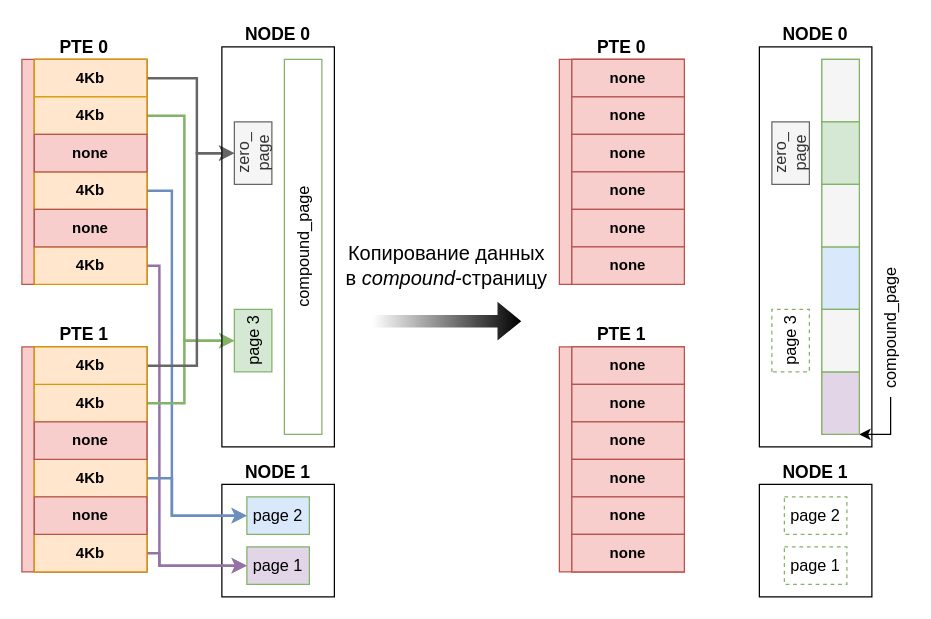
Before: images/collapse_2.drawio in GadeevDmitry/Bachelor-diploma, a draw.io diagram. Source tidied: cells renumbered, new cells numbered last; positions are measured from the earlier drawing's top-left corner, leaving out a move shared by most shapes. Both pictures are drawn from the tidied source at 125%, with x=0, y=0 at pixel (21, 21).
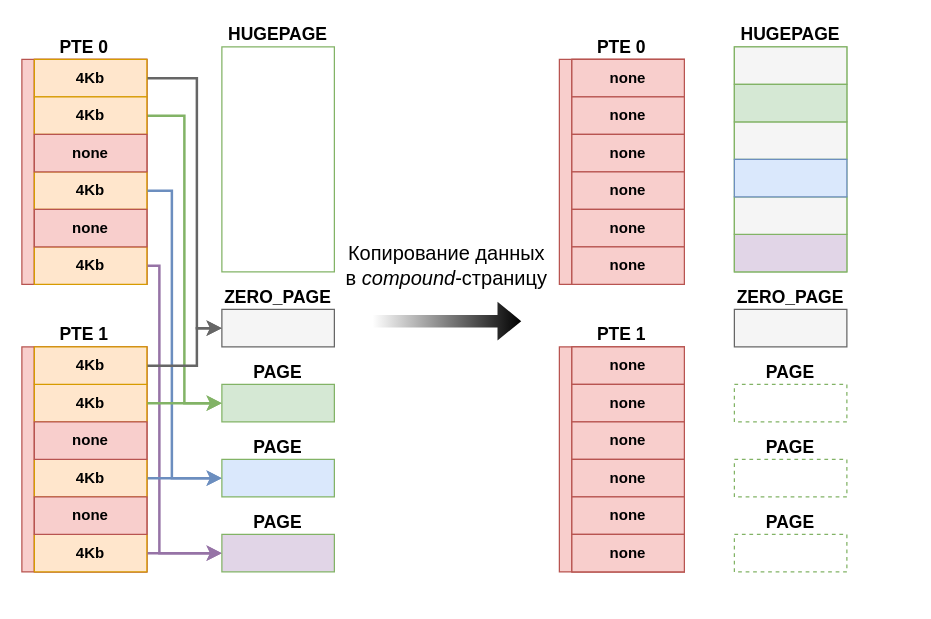
The same diagram, later.

Unchanged cells that the change refers to:
```xml
<mxCell id="24" style="swimlane;horizontal=0;whiteSpace=wrap;html=1;startSize=10;fillColor=#f8cecc;strokeColor=#b85450;" parent="1" vertex="1">
  <mxGeometry y="30" width="100" height="180" as="geometry" />
</mxCell>
<mxCell id="27" value="&lt;b&gt;4Kb&lt;/b&gt;" style="rounded=0;whiteSpace=wrap;html=1;fillColor=#ffe6cc;strokeColor=#d79b00;" parent="1" vertex="1">
  <mxGeometry x="10" y="180" width="90" height="30" as="geometry" />
</mxCell>
<mxCell id="28" value="&lt;b&gt;4Kb&lt;/b&gt;" style="rounded=0;whiteSpace=wrap;html=1;fillColor=#ffe6cc;strokeColor=#d79b00;" parent="1" vertex="1">
  <mxGeometry x="10" y="120" width="90" height="30" as="geometry" />
</mxCell>
<mxCell id="29" value="&lt;b&gt;4Kb&lt;/b&gt;" style="rounded=0;whiteSpace=wrap;html=1;fillColor=#ffe6cc;strokeColor=#d79b00;" parent="1" vertex="1">
  <mxGeometry x="10" y="30" width="90" height="30" as="geometry" />
</mxCell>
<mxCell id="36" value="&lt;b&gt;4Kb&lt;/b&gt;" style="rounded=0;whiteSpace=wrap;html=1;fillColor=#ffe6cc;strokeColor=#d79b00;" parent="1" vertex="1">
  <mxGeometry x="10" y="410" width="90" height="30" as="geometry" />
</mxCell>
<mxCell id="37" value="&lt;b&gt;4Kb&lt;/b&gt;" style="rounded=0;whiteSpace=wrap;html=1;fillColor=#ffe6cc;strokeColor=#d79b00;" parent="1" vertex="1">
  <mxGeometry x="10" y="350" width="90" height="30" as="geometry" />
</mxCell>
<mxCell id="38" value="&lt;b&gt;4Kb&lt;/b&gt;" style="rounded=0;whiteSpace=wrap;html=1;fillColor=#ffe6cc;strokeColor=#d79b00;" parent="1" vertex="1">
  <mxGeometry x="10" y="290" width="90" height="30" as="geometry" />
</mxCell>
<mxCell id="39" value="&lt;b&gt;4Kb&lt;/b&gt;" style="rounded=0;whiteSpace=wrap;html=1;fillColor=#ffe6cc;strokeColor=#d79b00;" parent="1" vertex="1">
  <mxGeometry x="10" y="260" width="90" height="30" as="geometry" />
</mxCell>
```

Change to the diagram source:
```diff
@@
-    <mxCell id="3" value="&lt;b&gt;&lt;font style=&quot;font-size: 14px;&quot;&gt;NODE 0&lt;/font&gt;&lt;/b&gt;" style="text;html=1;whiteSpace=wrap;strokeColor=none;fillColor=none;align=center;verticalAlign=middle;rounded=0;" parent="1" vertex="1">
-      <mxGeometry x="160" width="90" height="20" as="geometry" />
-    </mxCell>
-    <mxCell id="4" style="rounded=0;whiteSpace=wrap;html=1;fillColor=none;" parent="1" vertex="1">
-      <mxGeometry x="160" y="370" width="90" height="90" as="geometry" />
-    </mxCell>
-    <mxCell id="5" value="&lt;b&gt;&lt;font style=&quot;font-size: 14px;&quot;&gt;NODE 1&lt;/font&gt;&lt;/b&gt;" style="text;html=1;whiteSpace=wrap;strokeColor=none;fillColor=none;align=center;verticalAlign=middle;rounded=0;" parent="1" vertex="1">
-      <mxGeometry x="160" y="350" width="90" height="20" as="geometry" />
-    </mxCell>
-    <mxCell id="6" value="&lt;font style=&quot;font-size: 13px;&quot;&gt;page 2&lt;/font&gt;" style="rounded=0;whiteSpace=wrap;html=1;fillColor=light-dark(#dae8fc, #1f2f1e);strokeColor=#82b366;" parent="1" vertex="1">
-      <mxGeometry x="180" y="380" width="50" height="30" as="geometry" />
-    </mxCell>
-    <mxCell id="7" value="&lt;font style=&quot;font-size: 13px;&quot;&gt;page 1&lt;/font&gt;" style="rounded=0;whiteSpace=wrap;html=1;fillColor=light-dark(#e1d5e7, #1f2f1e);strokeColor=#82b366;" parent="1" vertex="1">
-      <mxGeometry x="180" y="420" width="50" height="30" as="geometry" />
-    </mxCell>
-    <mxCell id="8" style="edgeStyle=orthogonalEdgeStyle;rounded=0;jettySize=auto;html=1;exitX=1;exitY=0.5;exitDx=0;exitDy=0;entryX=0;entryY=0.5;entryDx=0;entryDy=0;fillColor=#e1d5e7;strokeColor=#9673a6;strokeWidth=2;" parent="1" edge="1" source="36" target="7">
-      <mxGeometry relative="1" as="geometry">
-        <Array as="points">
-          <mxPoint x="110" y="425" />
-          <mxPoint x="110" y="435" />
-        </Array>
-      </mxGeometry>
-    </mxCell>
-    <mxCell id="9" style="edgeStyle=orthogonalEdgeStyle;rounded=0;jettySize=auto;html=1;exitX=1;exitY=0.5;exitDx=0;exitDy=0;entryX=0;entryY=0.5;entryDx=0;entryDy=0;strokeWidth=2;fillColor=#e1d5e7;strokeColor=#9673a6;" parent="1" edge="1" source="27" target="7">
-      <mxGeometry relative="1" as="geometry">
-        <Array as="points">
-          <mxPoint x="110" y="195" />
-          <mxPoint x="110" y="435" />
-        </Array>
-      </mxGeometry>
-    </mxCell>
-    <mxCell id="10" style="edgeStyle=orthogonalEdgeStyle;rounded=0;jettySize=auto;html=1;exitX=1;exitY=0.5;exitDx=0;exitDy=0;entryX=0;entryY=0.5;entryDx=0;entryDy=0;fillColor=#dae8fc;strokeColor=#6c8ebf;strokeWidth=2;" parent="1" edge="1" source="37" target="6">
-      <mxGeometry relative="1" as="geometry">
-        <Array as="points">
-          <mxPoint x="120" y="365" />
-          <mxPoint x="120" y="395" />
-        </Array>
-      </mxGeometry>
-    </mxCell>
-    <mxCell id="11" style="edgeStyle=orthogonalEdgeStyle;rounded=0;jettySize=auto;html=1;exitX=1;exitY=0.5;exitDx=0;exitDy=0;entryX=0;entryY=0.5;entryDx=0;entryDy=0;fillColor=#dae8fc;strokeColor=#6c8ebf;strokeWidth=2;" parent="1" edge="1" source="28" target="6">
-      <mxGeometry relative="1" as="geometry">
-        <Array as="points">
-          <mxPoint x="120" y="135" />
-          <mxPoint x="120" y="395" />
-        </Array>
-      </mxGeometry>
-    </mxCell>
-    <mxCell id="12" style="edgeStyle=orthogonalEdgeStyle;rounded=0;jettySize=auto;html=1;exitX=1;exitY=0.5;exitDx=0;exitDy=0;entryX=0.5;entryY=0;entryDx=0;entryDy=0;fillColor=#d5e8d4;strokeColor=#82b366;strokeWidth=2;" parent="1" edge="1" source="38" target="62">
-      <mxGeometry relative="1" as="geometry">
-        <Array as="points">
-          <mxPoint x="130" y="305" />
-          <mxPoint x="130" y="255" />
-        </Array>
-      </mxGeometry>
-    </mxCell>
-    <mxCell id="13" style="edgeStyle=orthogonalEdgeStyle;rounded=0;jettySize=auto;html=1;exitX=1;exitY=0.25;exitDx=0;exitDy=0;entryX=0.5;entryY=0;entryDx=0;entryDy=0;fillColor=#d5e8d4;strokeColor=#82b366;strokeWidth=2;" parent="1" edge="1" source="24" target="62">
-      <mxGeometry relative="1" as="geometry">
-        <Array as="points">
-          <mxPoint x="130" y="75" />
-          <mxPoint x="130" y="255" />
-        </Array>
-      </mxGeometry>
-    </mxCell>
-    <mxCell id="14" style="edgeStyle=orthogonalEdgeStyle;rounded=0;jettySize=auto;html=1;exitX=1;exitY=0.5;exitDx=0;exitDy=0;entryX=0.5;entryY=0;entryDx=0;entryDy=0;fillColor=#f5f5f5;strokeColor=#666666;strokeWidth=2;" parent="1" edge="1" source="29" target="63">
-      <mxGeometry relative="1" as="geometry">
-        <Array as="points">
-          <mxPoint x="140" y="45" />
-          <mxPoint x="140" y="105" />
-        </Array>
-      </mxGeometry>
-    </mxCell>
-    <mxCell id="15" style="edgeStyle=orthogonalEdgeStyle;rounded=0;jettySize=auto;html=1;exitX=1;exitY=0.5;exitDx=0;exitDy=0;entryX=0.5;entryY=0;entryDx=0;entryDy=0;strokeWidth=2;fillColor=#f5f5f5;strokeColor=#666666;" parent="1" edge="1" source="39" target="63">
-      <mxGeometry relative="1" as="geometry">
-        <Array as="points">
-          <mxPoint x="140" y="275" />
-          <mxPoint x="140" y="105" />
-        </Array>
-      </mxGeometry>
-    </mxCell>
-    <mxCell id="16" value="&lt;b&gt;&lt;font style=&quot;font-size: 14px;&quot;&gt;NODE 0&lt;/font&gt;&lt;/b&gt;" style="text;html=1;whiteSpace=wrap;strokeColor=none;fillColor=none;align=center;verticalAlign=middle;rounded=0;" parent="1" vertex="1">
-      <mxGeometry x="590" width="90" height="20" as="geometry" />
-    </mxCell>
-    <mxCell id="17" style="rounded=0;whiteSpace=wrap;html=1;fillColor=none;" parent="1" vertex="1">
-      <mxGeometry x="590" y="370" width="90" height="90" as="geometry" />
-    </mxCell>
-    <mxCell id="18" value="&lt;b&gt;&lt;font style=&quot;font-size: 14px;&quot;&gt;NODE 1&lt;/font&gt;&lt;/b&gt;" style="text;html=1;whiteSpace=wrap;strokeColor=none;fillColor=none;align=center;verticalAlign=middle;rounded=0;" parent="1" vertex="1">
-      <mxGeometry x="590" y="350" width="90" height="20" as="geometry" />
-    </mxCell>
-    <mxCell id="19" value="&lt;font style=&quot;font-size: 13px;&quot;&gt;page 2&lt;/font&gt;" style="rounded=0;whiteSpace=wrap;html=1;fillColor=none;strokeColor=#82b366;dashed=1;" parent="1" vertex="1">
-      <mxGeometry x="610" y="380" width="50" height="30" as="geometry" />
-    </mxCell>
-    <mxCell id="20" value="&lt;font style=&quot;font-size: 13px;&quot;&gt;page 1&lt;/font&gt;" style="rounded=0;whiteSpace=wrap;html=1;fillColor=none;strokeColor=#82b366;dashed=1;" parent="1" vertex="1">
-      <mxGeometry x="610" y="420" width="50" height="30" as="geometry" />
-    </mxCell>
-    <mxCell id="21" style="edgeStyle=orthogonalEdgeStyle;rounded=0;jettySize=auto;html=1;exitX=0;exitY=0.5;exitDx=0;exitDy=0;entryX=0;entryY=1;entryDx=0;entryDy=0;" parent="1" edge="1" source="22" target="68">
-      <mxGeometry relative="1" as="geometry">
-        <Array as="points">
-          <mxPoint x="695" y="330" />
-        </Array>
-      </mxGeometry>
-    </mxCell>
-    <mxCell id="22" value="&lt;font style=&quot;font-size: 13px;&quot;&gt;compound_page&lt;/font&gt;" style="text;html=1;whiteSpace=wrap;strokeColor=none;fillColor=none;align=center;verticalAlign=middle;rounded=0;rotation=-90;" parent="1" vertex="1">
-      <mxGeometry x="640" y="230" width="110" height="30" as="geometry" />
-    </mxCell>
@@
+    <mxCell id="74" style="edgeStyle=orthogonalEdgeStyle;rounded=0;jettySize=auto;html=1;exitX=1;exitY=0.25;exitDx=0;exitDy=0;entryX=0;entryY=0.5;entryDx=0;entryDy=0;strokeWidth=2;fillColor=#d5e8d4;strokeColor=#82b366;" parent="1" edge="1" source="24" target="95">
+      <mxGeometry relative="1" as="geometry" />
+    </mxCell>
@@
+    <mxCell id="75" style="edgeStyle=orthogonalEdgeStyle;rounded=0;jettySize=auto;html=1;exitX=1;exitY=0.5;exitDx=0;exitDy=0;entryX=0;entryY=0.5;entryDx=0;entryDy=0;strokeWidth=2;fillColor=#e1d5e7;strokeColor=#9673a6;" parent="1" edge="1" source="27" target="83">
+      <mxGeometry relative="1" as="geometry">
+        <Array as="points">
+          <mxPoint x="110" y="195" />
+          <mxPoint x="110" y="425" />
+        </Array>
+      </mxGeometry>
+    </mxCell>
@@
+    <mxCell id="76" style="edgeStyle=orthogonalEdgeStyle;rounded=0;jettySize=auto;html=1;exitX=1;exitY=0.5;exitDx=0;exitDy=0;entryX=0;entryY=0.5;entryDx=0;entryDy=0;strokeWidth=2;fillColor=#dae8fc;strokeColor=#6c8ebf;" parent="1" edge="1" source="28" target="86">
+      <mxGeometry relative="1" as="geometry">
+        <Array as="points">
+          <mxPoint x="120" y="135" />
+          <mxPoint x="120" y="365" />
+        </Array>
+      </mxGeometry>
+    </mxCell>
@@
+    <mxCell id="77" style="edgeStyle=orthogonalEdgeStyle;rounded=0;jettySize=auto;html=1;exitX=1;exitY=0.5;exitDx=0;exitDy=0;entryX=0;entryY=0.5;entryDx=0;entryDy=0;fillColor=#f5f5f5;strokeColor=#666666;strokeWidth=2;" parent="1" edge="1" source="29" target="89">
+      <mxGeometry relative="1" as="geometry">
+        <Array as="points">
+          <mxPoint x="140" y="45" />
+          <mxPoint x="140" y="245" />
+        </Array>
+      </mxGeometry>
+    </mxCell>
@@
+    <mxCell id="78" style="edgeStyle=orthogonalEdgeStyle;rounded=0;jettySize=auto;html=1;exitX=1;exitY=0.5;exitDx=0;exitDy=0;entryX=0;entryY=0.5;entryDx=0;entryDy=0;strokeWidth=2;fillColor=#e1d5e7;strokeColor=#9673a6;" parent="1" edge="1" source="36" target="83">
+      <mxGeometry relative="1" as="geometry" />
+    </mxCell>
@@
+    <mxCell id="79" style="edgeStyle=orthogonalEdgeStyle;rounded=0;jettySize=auto;html=1;exitX=1;exitY=0.5;exitDx=0;exitDy=0;entryX=0;entryY=0.5;entryDx=0;entryDy=0;fillColor=#dae8fc;strokeColor=#6c8ebf;strokeWidth=2;" parent="1" edge="1" source="37" target="86">
+      <mxGeometry relative="1" as="geometry" />
+    </mxCell>
@@
+    <mxCell id="80" style="edgeStyle=orthogonalEdgeStyle;rounded=0;jettySize=auto;html=1;exitX=1;exitY=0.5;exitDx=0;exitDy=0;entryX=0;entryY=0.5;entryDx=0;entryDy=0;fillColor=#d5e8d4;strokeColor=#82b366;strokeWidth=2;" parent="1" edge="1" source="38" target="95">
+      <mxGeometry relative="1" as="geometry" />
+    </mxCell>
@@
+    <mxCell id="81" style="edgeStyle=orthogonalEdgeStyle;rounded=0;jettySize=auto;html=1;exitX=1;exitY=0.5;exitDx=0;exitDy=0;entryX=0;entryY=0.5;entryDx=0;entryDy=0;fillColor=#f5f5f5;strokeColor=#666666;strokeWidth=2;" parent="1" edge="1" source="39" target="89">
+      <mxGeometry relative="1" as="geometry">
+        <Array as="points">
+          <mxPoint x="140" y="275" />
+          <mxPoint x="140" y="245" />
+        </Array>
+      </mxGeometry>
+    </mxCell>
@@
-    <mxCell id="60" style="rounded=0;whiteSpace=wrap;html=1;rotation=-90;fillColor=none;" parent="1" vertex="1">
-      <mxGeometry x="45" y="135" width="320" height="90" as="geometry" />
-    </mxCell>
-    <mxCell id="61" value="&lt;font style=&quot;font-size: 13px;&quot;&gt;compound_page&lt;/font&gt;" style="rounded=0;whiteSpace=wrap;html=1;fillColor=none;strokeColor=#82b366;rotation=-90;" parent="1" vertex="1">
-      <mxGeometry x="75" y="165" width="300" height="30" as="geometry" />
-    </mxCell>
-    <mxCell id="62" value="&lt;font style=&quot;font-size: 13px;&quot;&gt;page 3&lt;/font&gt;" style="rounded=0;whiteSpace=wrap;html=1;fillColor=#d5e8d4;strokeColor=#82b366;rotation=-90;" parent="1" vertex="1">
-      <mxGeometry x="160" y="240" width="50" height="30" as="geometry" />
-    </mxCell>
-    <mxCell id="63" value="&lt;div&gt;&lt;font style=&quot;font-size: 13px;&quot;&gt;zero_&lt;/font&gt;&lt;/div&gt;&lt;div&gt;&lt;font style=&quot;font-size: 13px;&quot;&gt;page&lt;/font&gt;&lt;/div&gt;" style="rounded=0;whiteSpace=wrap;html=1;fillColor=#f5f5f5;fontColor=#333333;strokeColor=#666666;rotation=-90;" parent="1" vertex="1">
-      <mxGeometry x="160" y="90" width="50" height="30" as="geometry" />
-    </mxCell>
-    <mxCell id="64" style="rounded=0;whiteSpace=wrap;html=1;rotation=-90;fillColor=none;" parent="1" vertex="1">
-      <mxGeometry x="475" y="135" width="320" height="90" as="geometry" />
-    </mxCell>
-    <mxCell id="65" style="rounded=0;whiteSpace=wrap;html=1;fillColor=light-dark(#ffffff, #1f2f1e);strokeColor=#82b366;rotation=-90;" parent="1" vertex="1">
-      <mxGeometry x="505" y="165" width="300" height="30" as="geometry" />
-    </mxCell>
-    <mxCell id="66" value="&lt;font style=&quot;font-size: 13px;&quot;&gt;page 3&lt;/font&gt;" style="rounded=0;whiteSpace=wrap;html=1;fillColor=none;strokeColor=#82b366;rotation=-90;dashed=1;" parent="1" vertex="1">
-      <mxGeometry x="590" y="240" width="50" height="30" as="geometry" />
-    </mxCell>
-    <mxCell id="67" value="&lt;div&gt;&lt;font style=&quot;font-size: 13px;&quot;&gt;zero_&lt;/font&gt;&lt;/div&gt;&lt;div&gt;&lt;font style=&quot;font-size: 13px;&quot;&gt;page&lt;/font&gt;&lt;/div&gt;" style="rounded=0;whiteSpace=wrap;html=1;fillColor=#f5f5f5;fontColor=#333333;strokeColor=#666666;rotation=-90;" parent="1" vertex="1">
-      <mxGeometry x="590" y="90" width="50" height="30" as="geometry" />
-    </mxCell>
-    <mxCell id="68" style="rounded=0;whiteSpace=wrap;html=1;fillColor=light-dark(#e1d5e7, #1f2f1e);strokeColor=#82b366;rotation=-90;" parent="1" vertex="1">
-      <mxGeometry x="630" y="290" width="50" height="30" as="geometry" />
-    </mxCell>
-    <mxCell id="69" style="rounded=0;whiteSpace=wrap;html=1;fillColor=light-dark(#f5f5f5, #1f2f1e);strokeColor=#82b366;rotation=-90;" parent="1" vertex="1">
-      <mxGeometry x="630" y="40" width="50" height="30" as="geometry" />
-    </mxCell>
-    <mxCell id="70" style="rounded=0;whiteSpace=wrap;html=1;fillColor=#d5e8d4;strokeColor=#82b366;rotation=-90;" parent="1" vertex="1">
-      <mxGeometry x="630" y="90" width="50" height="30" as="geometry" />
-    </mxCell>
-    <mxCell id="71" style="rounded=0;whiteSpace=wrap;html=1;fillColor=light-dark(#dae8fc, #1f2f1e);strokeColor=#82b366;rotation=-90;" parent="1" vertex="1">
-      <mxGeometry x="630" y="190" width="50" height="30" as="geometry" />
-    </mxCell>
-    <mxCell id="72" style="rounded=0;whiteSpace=wrap;html=1;fillColor=light-dark(#f5f5f5, #1f2f1e);strokeColor=#82b366;rotation=-90;" parent="1" vertex="1">
-      <mxGeometry x="630" y="140" width="50" height="30" as="geometry" />
-    </mxCell>
-    <mxCell id="73" style="rounded=0;whiteSpace=wrap;html=1;fillColor=light-dark(#f5f5f5, #1f2f1e);strokeColor=#82b366;rotation=-90;" parent="1" vertex="1">
-      <mxGeometry x="630" y="240" width="50" height="30" as="geometry" />
-    </mxCell>
+    <mxCell id="82" style="group;" parent="1" vertex="1">
+      <mxGeometry x="160" y="390" width="90" height="50" as="geometry" />
+    </mxCell>
+    <mxCell id="83" style="rounded=0;whiteSpace=wrap;html=1;fillColor=light-dark(#e1d5e7, #1f2f1e);strokeColor=#82b366;" parent="82" vertex="1">
+      <mxGeometry y="20" width="90" height="30" as="geometry" />
+    </mxCell>
+    <mxCell id="84" value="&lt;b&gt;&lt;font style=&quot;font-size: 14px;&quot;&gt;PAGE&lt;/font&gt;&lt;/b&gt;" style="text;html=1;whiteSpace=wrap;strokeColor=none;fillColor=none;align=center;verticalAlign=middle;rounded=0;" parent="82" vertex="1">
+      <mxGeometry width="90" height="20" as="geometry" />
+    </mxCell>
+    <mxCell id="85" style="group;" parent="1" vertex="1">
+      <mxGeometry x="160" y="330" width="90" height="50" as="geometry" />
+    </mxCell>
+    <mxCell id="86" style="rounded=0;whiteSpace=wrap;html=1;fillColor=light-dark(#dae8fc, #1f2f1e);strokeColor=#82b366;" parent="85" vertex="1">
+      <mxGeometry y="20" width="90" height="30" as="geometry" />
+    </mxCell>
+    <mxCell id="87" value="&lt;b&gt;&lt;font style=&quot;font-size: 14px;&quot;&gt;PAGE&lt;/font&gt;&lt;/b&gt;" style="text;html=1;whiteSpace=wrap;strokeColor=none;fillColor=none;align=center;verticalAlign=middle;rounded=0;" parent="85" vertex="1">
+      <mxGeometry width="90" height="20" as="geometry" />
+    </mxCell>
+    <mxCell id="88" style="group;" parent="1" vertex="1">
+      <mxGeometry x="160" y="210" width="90" height="50" as="geometry" />
+    </mxCell>
+    <mxCell id="89" style="rounded=0;whiteSpace=wrap;html=1;fillColor=#f5f5f5;strokeColor=#666666;fontColor=#333333;" parent="88" vertex="1">
+      <mxGeometry y="20" width="90" height="30" as="geometry" />
+    </mxCell>
+    <mxCell id="90" value="&lt;b&gt;&lt;font style=&quot;font-size: 14px;&quot;&gt;ZERO_PAGE&lt;/font&gt;&lt;/b&gt;" style="text;html=1;whiteSpace=wrap;strokeColor=none;fillColor=none;align=center;verticalAlign=middle;rounded=0;" parent="88" vertex="1">
+      <mxGeometry width="90" height="20" as="geometry" />
+    </mxCell>
+    <mxCell id="91" style="group;" parent="1" vertex="1">
+      <mxGeometry x="160" width="90" height="200" as="geometry" />
+    </mxCell>
+    <mxCell id="92" style="rounded=0;whiteSpace=wrap;html=1;fillColor=none;strokeColor=#82b366;" parent="91" vertex="1">
+      <mxGeometry y="20" width="90" height="180" as="geometry" />
+    </mxCell>
+    <mxCell id="93" value="&lt;font style=&quot;font-size: 14px;&quot;&gt;&lt;b&gt;HUGEPAGE&lt;/b&gt;&lt;/font&gt;" style="text;html=1;whiteSpace=wrap;strokeColor=none;fillColor=none;align=center;verticalAlign=middle;rounded=0;" parent="91" vertex="1">
+      <mxGeometry width="90" height="20" as="geometry" />
+    </mxCell>
+    <mxCell id="94" style="group;" parent="1" vertex="1">
+      <mxGeometry x="160" y="270" width="90" height="50" as="geometry" />
+    </mxCell>
+    <mxCell id="95" style="rounded=0;whiteSpace=wrap;html=1;fillColor=#d5e8d4;strokeColor=#82b366;" parent="94" vertex="1">
+      <mxGeometry y="20" width="90" height="30" as="geometry" />
+    </mxCell>
+    <mxCell id="96" value="&lt;b&gt;&lt;font style=&quot;font-size: 14px;&quot;&gt;PAGE&lt;/font&gt;&lt;/b&gt;" style="text;html=1;whiteSpace=wrap;strokeColor=none;fillColor=none;align=center;verticalAlign=middle;rounded=0;" parent="94" vertex="1">
+      <mxGeometry width="90" height="20" as="geometry" />
+    </mxCell>
+    <mxCell id="97" style="group;" parent="1" vertex="1">
+      <mxGeometry x="570" y="390" width="90" height="50" as="geometry" />
+    </mxCell>
+    <mxCell id="98" style="rounded=0;whiteSpace=wrap;html=1;fillColor=none;strokeColor=#82b366;dashed=1;" parent="97" vertex="1">
+      <mxGeometry y="20" width="90" height="30" as="geometry" />
+    </mxCell>
+    <mxCell id="99" value="&lt;b&gt;&lt;font style=&quot;font-size: 14px;&quot;&gt;PAGE&lt;/font&gt;&lt;/b&gt;" style="text;html=1;whiteSpace=wrap;strokeColor=none;fillColor=none;align=center;verticalAlign=middle;rounded=0;" parent="97" vertex="1">
+      <mxGeometry width="90" height="20" as="geometry" />
+    </mxCell>
+    <mxCell id="100" style="group;" parent="1" vertex="1">
+      <mxGeometry x="570" y="330" width="90" height="50" as="geometry" />
+    </mxCell>
+    <mxCell id="101" style="rounded=0;whiteSpace=wrap;html=1;fillColor=none;strokeColor=#82b366;dashed=1;" parent="100" vertex="1">
+      <mxGeometry y="20" width="90" height="30" as="geometry" />
+    </mxCell>
+    <mxCell id="102" value="&lt;b&gt;&lt;font style=&quot;font-size: 14px;&quot;&gt;PAGE&lt;/font&gt;&lt;/b&gt;" style="text;html=1;whiteSpace=wrap;strokeColor=none;fillColor=none;align=center;verticalAlign=middle;rounded=0;" parent="100" vertex="1">
+      <mxGeometry width="90" height="20" as="geometry" />
+    </mxCell>
+    <mxCell id="103" style="group;" parent="1" vertex="1">
+      <mxGeometry x="570" y="210" width="90" height="50" as="geometry" />
+    </mxCell>
+    <mxCell id="104" style="rounded=0;whiteSpace=wrap;html=1;fillColor=#f5f5f5;strokeColor=#666666;fontColor=#333333;" parent="103" vertex="1">
+      <mxGeometry y="20" width="90" height="30" as="geometry" />
+    </mxCell>
+    <mxCell id="105" value="&lt;b&gt;&lt;font style=&quot;font-size: 14px;&quot;&gt;ZERO_PAGE&lt;/font&gt;&lt;/b&gt;" style="text;html=1;whiteSpace=wrap;strokeColor=none;fillColor=none;align=center;verticalAlign=middle;rounded=0;" parent="103" vertex="1">
+      <mxGeometry width="90" height="20" as="geometry" />
+    </mxCell>
+    <mxCell id="106" style="group;" parent="1" vertex="1">
+      <mxGeometry x="570" width="90" height="200" as="geometry" />
+    </mxCell>
+    <mxCell id="107" style="rounded=0;whiteSpace=wrap;html=1;fillColor=none;strokeColor=#82b366;" parent="106" vertex="1">
+      <mxGeometry y="20" width="90" height="180" as="geometry" />
+    </mxCell>
+    <mxCell id="108" value="&lt;font style=&quot;font-size: 14px;&quot;&gt;&lt;b&gt;HUGEPAGE&lt;/b&gt;&lt;/font&gt;" style="text;html=1;whiteSpace=wrap;strokeColor=none;fillColor=none;align=center;verticalAlign=middle;rounded=0;" parent="106" vertex="1">
+      <mxGeometry width="90" height="20" as="geometry" />
+    </mxCell>
+    <mxCell id="109" style="rounded=0;whiteSpace=wrap;html=1;fillColor=light-dark(#e1d5e7, #1f2f1e);strokeColor=#82b366;" parent="106" vertex="1">
+      <mxGeometry y="170" width="90" height="30" as="geometry" />
+    </mxCell>
+    <mxCell id="110" style="rounded=0;whiteSpace=wrap;html=1;fillColor=light-dark(#f5f5f5, #1f2f1e);strokeColor=#82b366;" parent="106" vertex="1">
+      <mxGeometry y="140" width="90" height="30" as="geometry" />
+    </mxCell>
+    <mxCell id="111" style="rounded=0;whiteSpace=wrap;html=1;fillColor=light-dark(#f5f5f5, #1f2f1e);strokeColor=#82b366;" parent="106" vertex="1">
+      <mxGeometry y="80" width="90" height="30" as="geometry" />
+    </mxCell>
+    <mxCell id="112" style="rounded=0;whiteSpace=wrap;html=1;fillColor=light-dark(#f5f5f5, #1f2f1e);strokeColor=#82b366;" parent="106" vertex="1">
+      <mxGeometry y="20" width="90" height="30" as="geometry" />
+    </mxCell>
+    <mxCell id="113" style="rounded=0;whiteSpace=wrap;html=1;fillColor=#dae8fc;strokeColor=#6c8ebf;" parent="106" vertex="1">
+      <mxGeometry y="110" width="90" height="30" as="geometry" />
+    </mxCell>
+    <mxCell id="114" style="rounded=0;whiteSpace=wrap;html=1;fillColor=#d5e8d4;strokeColor=#82b366;" parent="106" vertex="1">
+      <mxGeometry y="50" width="90" height="30" as="geometry" />
+    </mxCell>
+    <mxCell id="115" style="group;" parent="1" vertex="1">
+      <mxGeometry x="570" y="270" width="90" height="50" as="geometry" />
+    </mxCell>
+    <mxCell id="116" style="rounded=0;whiteSpace=wrap;html=1;fillColor=none;strokeColor=#82b366;dashed=1;" parent="115" vertex="1">
+      <mxGeometry y="20" width="90" height="30" as="geometry" />
+    </mxCell>
+    <mxCell id="117" value="&lt;b&gt;&lt;font style=&quot;font-size: 14px;&quot;&gt;PAGE&lt;/font&gt;&lt;/b&gt;" style="text;html=1;whiteSpace=wrap;strokeColor=none;fillColor=none;align=center;verticalAlign=middle;rounded=0;" parent="115" vertex="1">
+      <mxGeometry width="90" height="20" as="geometry" />
+    </mxCell>
```
